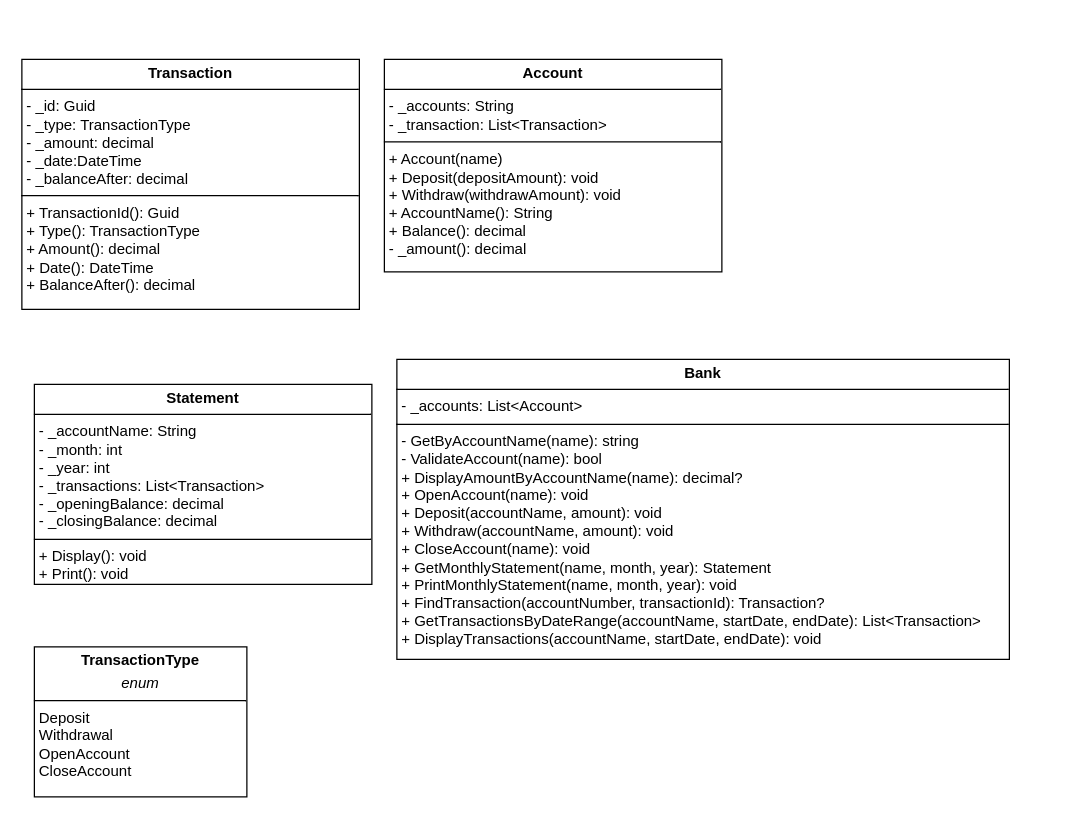
Earlier version of the draw.io diagram BankApp.drawio (jas812000/Draw_io_diagrams). Source tidied: cells renumbered, new cells numbered last; positions are measured from the earlier drawing's top-left corner, leaving out a move shared by most shapes. Both pictures are drawn from the tidied source at 125%, with x=0, y=0 at pixel (21, 59).
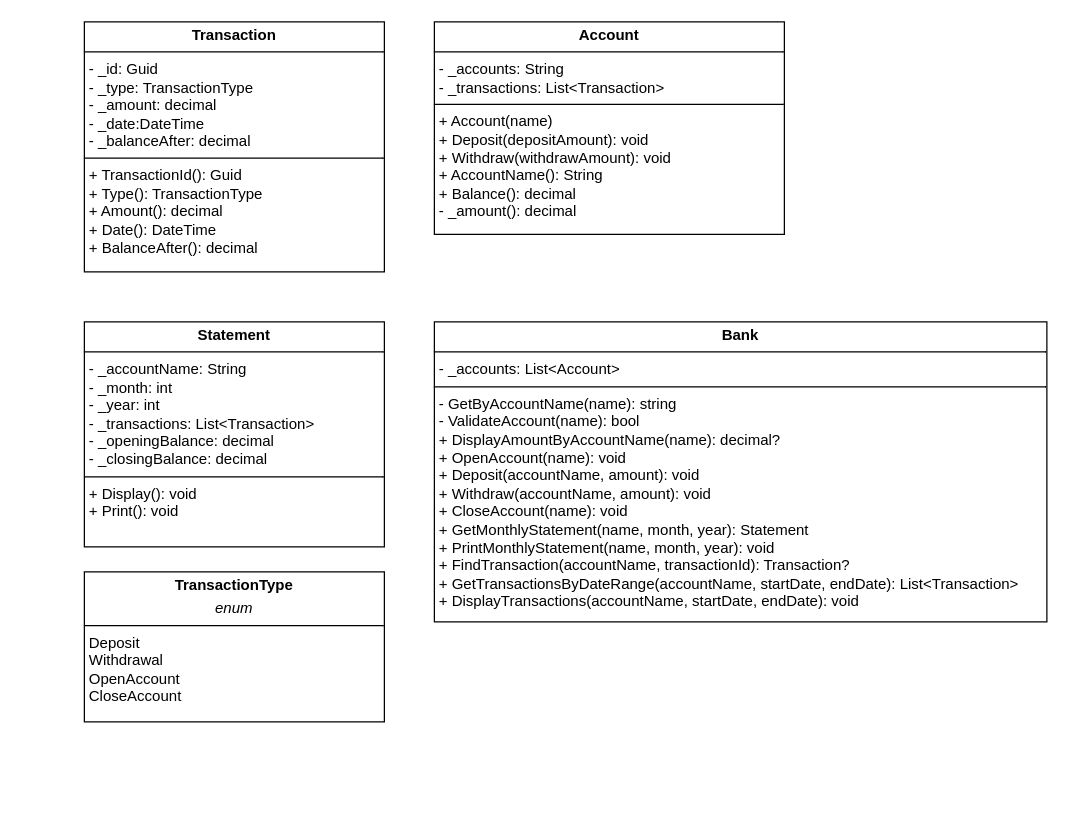
After the change.

Change to the diagram source:
```diff
@@
 <mxGraphModel>
   <root>
     <mxCell id="0" />
     <mxCell id="1" parent="0" />
-    <mxCell id="2" value="&lt;p style=&quot;margin:0px;margin-top:4px;text-align:center;&quot;&gt;&lt;b&gt;Account&lt;/b&gt;&lt;/p&gt;&lt;hr size=&quot;1&quot; style=&quot;border-style:solid;&quot;&gt;&lt;p style=&quot;margin:0px;margin-left:4px;&quot;&gt;- _accounts: String&lt;/p&gt;&lt;p style=&quot;margin:0px;margin-left:4px;&quot;&gt;- _transaction: List&amp;lt;Transaction&amp;gt;&lt;/p&gt;&lt;hr size=&quot;1&quot; style=&quot;border-style:solid;&quot;&gt;&lt;p style=&quot;margin:0px;margin-left:4px;&quot;&gt;+ Account(name)&lt;/p&gt;&lt;p style=&quot;margin:0px;margin-left:4px;&quot;&gt;+ Deposit(depositAmount): void&lt;/p&gt;&lt;p style=&quot;margin:0px;margin-left:4px;&quot;&gt;+ Withdraw(withdrawAmount): void&lt;/p&gt;&lt;p style=&quot;margin:0px;margin-left:4px;&quot;&gt;+ AccountName(): String&lt;/p&gt;&lt;p style=&quot;margin:0px;margin-left:4px;&quot;&gt;+ Balance(): decimal&lt;/p&gt;&lt;p style=&quot;margin:0px;margin-left:4px;&quot;&gt;- _amount(): decimal&lt;/p&gt;" style="verticalAlign=top;align=left;overflow=fill;html=1;whiteSpace=wrap;" parent="1" vertex="1">
-      <mxGeometry x="290" width="270" height="170" as="geometry" />
+    <mxCell id="2" value="&lt;p style=&quot;margin:0px;margin-top:4px;text-align:center;&quot;&gt;&lt;b&gt;Account&lt;/b&gt;&lt;/p&gt;&lt;hr size=&quot;1&quot; style=&quot;border-style:solid;&quot;&gt;&lt;p style=&quot;margin:0px;margin-left:4px;&quot;&gt;- _accounts: String&lt;/p&gt;&lt;p style=&quot;margin:0px;margin-left:4px;&quot;&gt;- _transactions: List&amp;lt;Transaction&amp;gt;&lt;/p&gt;&lt;hr size=&quot;1&quot; style=&quot;border-style:solid;&quot;&gt;&lt;p style=&quot;margin:0px;margin-left:4px;&quot;&gt;+ Account(name)&lt;/p&gt;&lt;p style=&quot;margin:0px;margin-left:4px;&quot;&gt;+ Deposit(depositAmount): void&lt;/p&gt;&lt;p style=&quot;margin:0px;margin-left:4px;&quot;&gt;+ Withdraw(withdrawAmount): void&lt;/p&gt;&lt;p style=&quot;margin:0px;margin-left:4px;&quot;&gt;+ AccountName(): String&lt;/p&gt;&lt;p style=&quot;margin:0px;margin-left:4px;&quot;&gt;+ Balance(): decimal&lt;/p&gt;&lt;p style=&quot;margin:0px;margin-left:4px;&quot;&gt;- _amount(): decimal&lt;/p&gt;" style="verticalAlign=top;align=left;overflow=fill;html=1;whiteSpace=wrap;" parent="1" vertex="1">
+      <mxGeometry x="330" y="-30" width="280" height="170" as="geometry" />
     </mxCell>
-    <mxCell id="3" value="&lt;p style=&quot;margin:0px;margin-top:4px;text-align:center;&quot;&gt;&lt;b&gt;Bank&lt;/b&gt;&lt;/p&gt;&lt;hr size=&quot;1&quot; style=&quot;border-style:solid;&quot;&gt;&lt;p style=&quot;margin:0px;margin-left:4px;&quot;&gt;- _accounts: List&amp;lt;Account&amp;gt;&lt;/p&gt;&lt;hr size=&quot;1&quot; style=&quot;border-style:solid;&quot;&gt;&lt;p style=&quot;margin:0px;margin-left:4px;&quot;&gt;- GetByAccountName(name): string&lt;br&gt;&lt;/p&gt;&lt;p style=&quot;margin:0px;margin-left:4px;&quot;&gt;- ValidateAccount(name): bool&lt;br&gt;&lt;/p&gt;&lt;p style=&quot;margin:0px;margin-left:4px;&quot;&gt;+ DisplayAmountByAccountName(name): decimal?&lt;/p&gt;&lt;p style=&quot;margin:0px;margin-left:4px;&quot;&gt;+ OpenAccount(name): void&lt;/p&gt;&lt;p style=&quot;margin:0px;margin-left:4px;&quot;&gt;+ Deposit(accountName, amount): void&lt;/p&gt;&lt;p style=&quot;margin:0px;margin-left:4px;&quot;&gt;+ Withdraw(accountName, amount): void&lt;/p&gt;&lt;p style=&quot;margin:0px;margin-left:4px;&quot;&gt;+ CloseAccount(name): void&lt;/p&gt;&lt;p style=&quot;margin:0px;margin-left:4px;&quot;&gt;+ GetMonthlyStatement(name, month, year): Statement&lt;/p&gt;&lt;p style=&quot;margin:0px;margin-left:4px;&quot;&gt;+ PrintMonthlyStatement(name, month, year): void&lt;/p&gt;&lt;p style=&quot;margin:0px;margin-left:4px;&quot;&gt;+ FindTransaction(accountNumber, transactionId): Transaction?&lt;/p&gt;&lt;p style=&quot;margin:0px;margin-left:4px;&quot;&gt;+ GetTransactionsByDateRange(accountName, startDate, endDate): List&amp;lt;Transaction&amp;gt;&lt;/p&gt;&lt;p style=&quot;margin:0px;margin-left:4px;&quot;&gt;+ DisplayTransactions(accountName, startDate, endDate): void&lt;/p&gt;&lt;p style=&quot;margin:0px;margin-left:4px;&quot;&gt;&lt;br&gt;&lt;/p&gt;&lt;p style=&quot;margin:0px;margin-left:4px;&quot;&gt;&lt;br&gt;&lt;/p&gt;&lt;p style=&quot;margin:0px;margin-left:4px;&quot;&gt;&lt;br&gt;&lt;/p&gt;" style="verticalAlign=top;align=left;overflow=fill;html=1;whiteSpace=wrap;" parent="1" vertex="1">
-      <mxGeometry x="300" y="240" width="490" height="240" as="geometry" />
+    <mxCell id="3" value="&lt;p style=&quot;margin:0px;margin-top:4px;text-align:center;&quot;&gt;&lt;b&gt;Bank&lt;/b&gt;&lt;/p&gt;&lt;hr size=&quot;1&quot; style=&quot;border-style:solid;&quot;&gt;&lt;p style=&quot;margin:0px;margin-left:4px;&quot;&gt;- _accounts: List&amp;lt;Account&amp;gt;&lt;/p&gt;&lt;hr size=&quot;1&quot; style=&quot;border-style:solid;&quot;&gt;&lt;p style=&quot;margin:0px;margin-left:4px;&quot;&gt;- GetByAccountName(name): string&lt;br&gt;&lt;/p&gt;&lt;p style=&quot;margin:0px;margin-left:4px;&quot;&gt;- ValidateAccount(name): bool&lt;br&gt;&lt;/p&gt;&lt;p style=&quot;margin:0px;margin-left:4px;&quot;&gt;+ DisplayAmountByAccountName(name): decimal?&lt;/p&gt;&lt;p style=&quot;margin:0px;margin-left:4px;&quot;&gt;+ OpenAccount(name): void&lt;/p&gt;&lt;p style=&quot;margin:0px;margin-left:4px;&quot;&gt;+ Deposit(accountName, amount): void&lt;/p&gt;&lt;p style=&quot;margin:0px;margin-left:4px;&quot;&gt;+ Withdraw(accountName, amount): void&lt;/p&gt;&lt;p style=&quot;margin:0px;margin-left:4px;&quot;&gt;+ CloseAccount(name): void&lt;/p&gt;&lt;p style=&quot;margin:0px;margin-left:4px;&quot;&gt;+ GetMonthlyStatement(name, month, year): Statement&lt;/p&gt;&lt;p style=&quot;margin:0px;margin-left:4px;&quot;&gt;+ PrintMonthlyStatement(name, month, year): void&lt;/p&gt;&lt;p style=&quot;margin:0px;margin-left:4px;&quot;&gt;+ FindTransaction(accountName, transactionId): Transaction?&lt;/p&gt;&lt;p style=&quot;margin:0px;margin-left:4px;&quot;&gt;+ GetTransactionsByDateRange(accountName, startDate, endDate): List&amp;lt;Transaction&amp;gt;&lt;/p&gt;&lt;p style=&quot;margin:0px;margin-left:4px;&quot;&gt;+ DisplayTransactions(accountName, startDate, endDate): void&lt;/p&gt;&lt;p style=&quot;margin:0px;margin-left:4px;&quot;&gt;&lt;br&gt;&lt;/p&gt;&lt;p style=&quot;margin:0px;margin-left:4px;&quot;&gt;&lt;br&gt;&lt;/p&gt;&lt;p style=&quot;margin:0px;margin-left:4px;&quot;&gt;&lt;br&gt;&lt;/p&gt;" style="verticalAlign=top;align=left;overflow=fill;html=1;whiteSpace=wrap;" parent="1" vertex="1">
+      <mxGeometry x="330" y="210" width="490" height="240" as="geometry" />
     </mxCell>
     <mxCell id="4" value="&lt;p style=&quot;margin:0px;margin-top:4px;text-align:center;&quot;&gt;&lt;b&gt;Transaction&lt;/b&gt;&lt;br&gt;&lt;/p&gt;&lt;hr size=&quot;1&quot; style=&quot;border-style:solid;&quot;&gt;&lt;p style=&quot;margin:0px;margin-left:4px;&quot;&gt;- _id: Guid&lt;/p&gt;&lt;p style=&quot;margin:0px;margin-left:4px;&quot;&gt;- _type: TransactionType&lt;/p&gt;&lt;p style=&quot;margin:0px;margin-left:4px;&quot;&gt;- _amount: decimal&lt;/p&gt;&lt;p style=&quot;margin:0px;margin-left:4px;&quot;&gt;- _date:DateTime&lt;/p&gt;&lt;p style=&quot;margin:0px;margin-left:4px;&quot;&gt;- _balanceAfter: decimal&lt;/p&gt;&lt;hr size=&quot;1&quot; style=&quot;border-style:solid;&quot;&gt;&lt;p style=&quot;margin:0px;margin-left:4px;&quot;&gt;+ TransactionId(): Guid&lt;/p&gt;&lt;p style=&quot;margin:0px;margin-left:4px;&quot;&gt;+ Type(): TransactionType&lt;/p&gt;&lt;p style=&quot;margin:0px;margin-left:4px;&quot;&gt;+ Amount(): decimal&lt;/p&gt;&lt;p style=&quot;margin:0px;margin-left:4px;&quot;&gt;+ Date(): DateTime&lt;/p&gt;&lt;p style=&quot;margin:0px;margin-left:4px;&quot;&gt;+ BalanceAfter(): decimal&lt;/p&gt;" style="verticalAlign=top;align=left;overflow=fill;html=1;whiteSpace=wrap;" parent="1" vertex="1">
-      <mxGeometry width="270" height="200" as="geometry" />
+      <mxGeometry x="50" y="-30" width="240" height="200" as="geometry" />
     </mxCell>
     <mxCell id="5" value="&lt;p style=&quot;margin:0px;margin-top:4px;text-align:center;&quot;&gt;&lt;b&gt;Statement&lt;/b&gt;&lt;br&gt;&lt;/p&gt;&lt;hr size=&quot;1&quot; style=&quot;border-style:solid;&quot;&gt;&lt;p style=&quot;margin:0px;margin-left:4px;&quot;&gt;- _accountName: String&lt;/p&gt;&lt;p style=&quot;margin:0px;margin-left:4px;&quot;&gt;- _month: int&lt;/p&gt;&lt;p style=&quot;margin:0px;margin-left:4px;&quot;&gt;- _year: int&lt;/p&gt;&lt;p style=&quot;margin:0px;margin-left:4px;&quot;&gt;- _transactions: List&amp;lt;Transaction&amp;gt;&lt;/p&gt;&lt;p style=&quot;margin:0px;margin-left:4px;&quot;&gt;- _openingBalance: decimal&lt;/p&gt;&lt;p style=&quot;margin:0px;margin-left:4px;&quot;&gt;- _closingBalance: decimal&lt;/p&gt;&lt;hr size=&quot;1&quot; style=&quot;border-style:solid;&quot;&gt;&lt;p style=&quot;margin:0px;margin-left:4px;&quot;&gt;+ Display(): void&lt;/p&gt;&lt;p style=&quot;margin:0px;margin-left:4px;&quot;&gt;+ Print(): void&lt;/p&gt;" style="verticalAlign=top;align=left;overflow=fill;html=1;whiteSpace=wrap;" parent="1" vertex="1">
-      <mxGeometry x="10" y="260" width="270" height="160" as="geometry" />
+      <mxGeometry x="50" y="210" width="240" height="180" as="geometry" />
     </mxCell>
     <mxCell id="6" value="&lt;p style=&quot;margin:0px;margin-top:4px;text-align:center;&quot;&gt;&lt;b&gt;TransactionType&lt;/b&gt;&lt;/p&gt;&lt;p style=&quot;margin:0px;margin-top:4px;text-align:center;&quot;&gt;&lt;i&gt;enum&lt;/i&gt;&lt;/p&gt;&lt;hr size=&quot;1&quot; style=&quot;border-style:solid;&quot;&gt;&lt;p style=&quot;margin:0px;margin-left:4px;&quot;&gt;Deposit&lt;/p&gt;&lt;p style=&quot;margin:0px;margin-left:4px;&quot;&gt;Withdrawal&lt;/p&gt;&lt;p style=&quot;margin:0px;margin-left:4px;&quot;&gt;OpenAccount&lt;/p&gt;&lt;p style=&quot;margin:0px;margin-left:4px;&quot;&gt;CloseAccount&lt;/p&gt;&lt;p style=&quot;margin:0px;margin-left:4px;&quot;&gt;&lt;br&gt;&lt;/p&gt;&lt;p style=&quot;margin:0px;margin-left:4px;&quot;&gt;&lt;br&gt;&lt;/p&gt;" style="verticalAlign=top;align=left;overflow=fill;html=1;whiteSpace=wrap;" parent="1" vertex="1">
-      <mxGeometry x="10" y="470" width="170" height="120" as="geometry" />
+      <mxGeometry x="50" y="410" width="240" height="120" as="geometry" />
     </mxCell>
   </root>
 </mxGraphModel>
```
